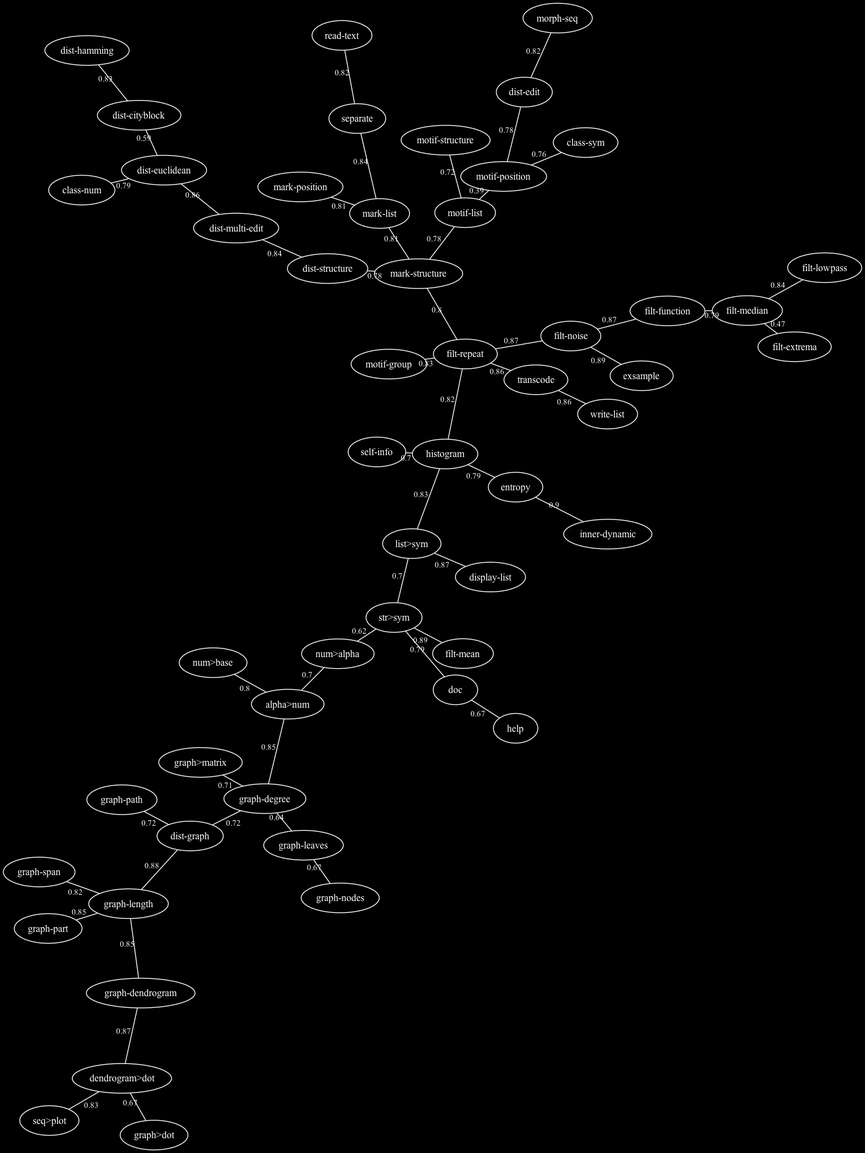
Before: doc/pictures/refrains-docstrings.png, a diagram exported from Graphviz (FredVoisin/refrains). Its source is kept beside it as doc/pictures/refrains-docstrings.dot.
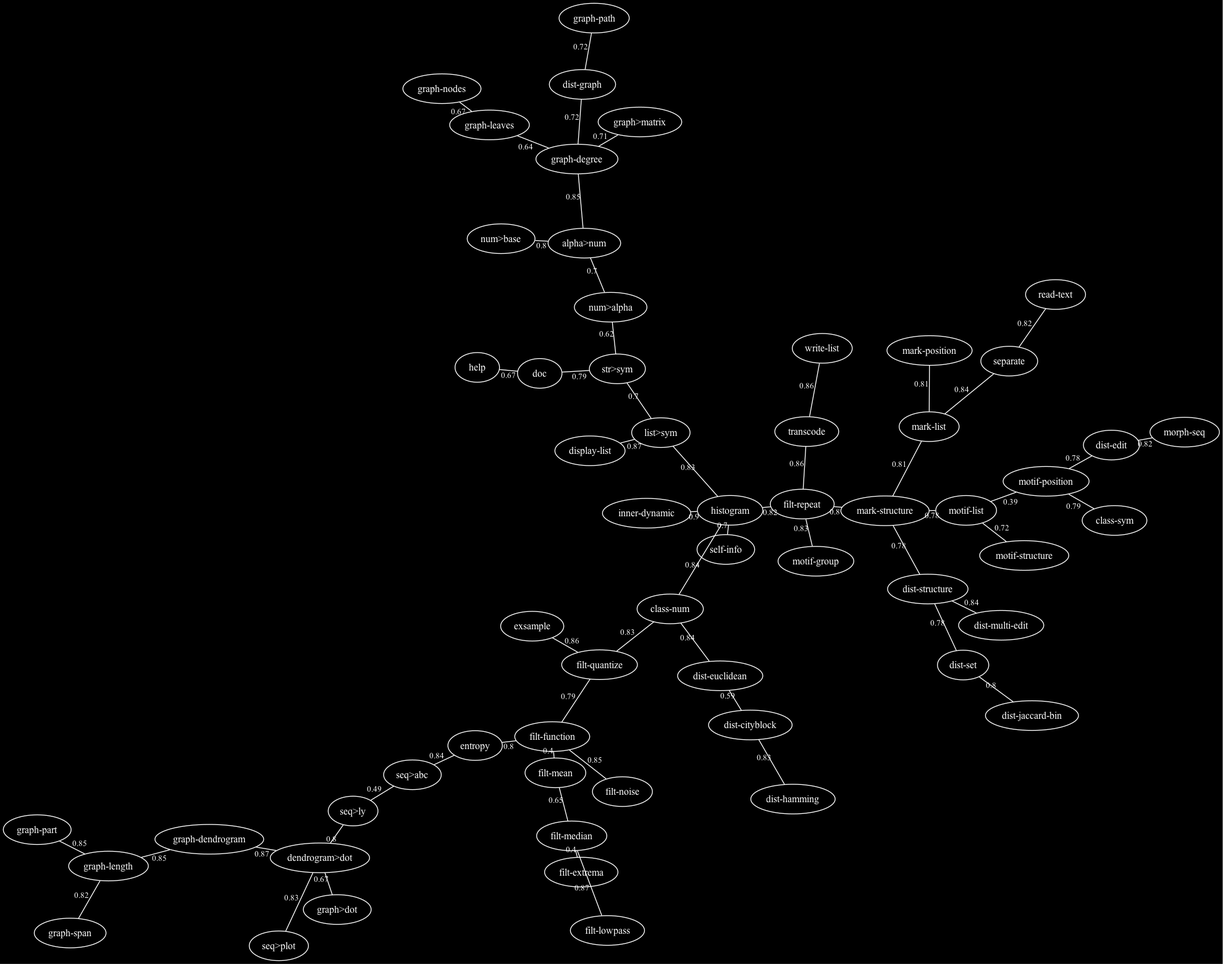
Above is the later version.

What changed in the source:
```diff
@@ -1,14 +1,17 @@
 graph "refrains-docstrings" {
-/* generated with refrains:graph>dot, 25 Oct 2026 15:57:19 */
+/* generated with refrains:graph>dot, 27 Oct 2026 1:38:29 */
  graph [overlap="false", sep="+4"];
  graph [bgcolor=black];
  node [shape="ellipse", font=Helvetica, fontsize=12, color=white, fontcolor=white];
  edge [font=Helvetica,fontsize=10, color=white, fontcolor=white, labelfloat=true];
  "motif-list" -- "motif-position" [w=1, len=0.390000, label="0.39"];
- "filt-extrema" -- "filt-median" [w=1, len=0.470000, label="0.47"];
+ "filt-extrema" -- "filt-median" [w=1, len=0.400000, label="0.4"];
+ "filt-function" -- "filt-mean" [w=1, len=0.400000, label="0.4"];
+ "seq>abc" -- "seq>ly" [w=1, len=0.490000, label="0.49"];
  "dist-cityblock" -- "dist-euclidean" [w=1, len=0.590000, label="0.59"];
  "num>alpha" -- "str>sym" [w=1, len=0.620000, label="0.62"];
  "graph-degree" -- "graph-leaves" [w=1, len=0.640000, label="0.64"];
+ "filt-mean" -- "filt-median" [w=1, len=0.650000, label="0.65"];
  "dendrogram>dot" -- "graph>dot" [w=1, len=0.670000, label="0.67"];
  "doc" -- "help" [w=1, len=0.670000, label="0.67"];
  "graph-leaves" -- "graph-nodes" [w=1, len=0.670000, label="0.67"];
@@ -19,15 +22,17 @@
  "dist-graph" -- "graph-degree" [w=1, len=0.720000, label="0.72"];
  "dist-graph" -- "graph-path" [w=1, len=0.720000, label="0.72"];
  "motif-list" -- "motif-structure" [w=1, len=0.720000, label="0.72"];
- "class-sym" -- "motif-position" [w=1, len=0.760000, label="0.76"];
  "dist-edit" -- "motif-position" [w=1, len=0.780000, label="0.78"];
+ "dist-set" -- "dist-structure" [w=1, len=0.780000, label="0.78"];
  "dist-structure" -- "mark-structure" [w=1, len=0.780000, label="0.78"];
  "mark-structure" -- "motif-list" [w=1, len=0.780000, label="0.78"];
- "class-num" -- "dist-euclidean" [w=1, len=0.790000, label="0.79"];
+ "class-sym" -- "motif-position" [w=1, len=0.790000, label="0.79"];
  "doc" -- "str>sym" [w=1, len=0.790000, label="0.79"];
- "entropy" -- "histogram" [w=1, len=0.790000, label="0.79"];
- "filt-function" -- "filt-median" [w=1, len=0.790000, label="0.79"];
+ "filt-function" -- "filt-quantize" [w=1, len=0.790000, label="0.79"];
  "alpha>num" -- "num>base" [w=1, len=0.800000, label="0.8"];
+ "dendrogram>dot" -- "seq>ly" [w=1, len=0.800000, label="0.8"];
+ "dist-jaccard-bin" -- "dist-set" [w=1, len=0.800000, label="0.8"];
+ "entropy" -- "filt-function" [w=1, len=0.800000, label="0.8"];
  "filt-repeat" -- "mark-structure" [w=1, len=0.800000, label="0.8"];
  "mark-list" -- "mark-position" [w=1, len=0.810000, label="0.81"];
  "mark-list" -- "mark-structure" [w=1, len=0.810000, label="0.81"];
@@ -35,25 +40,25 @@
  "filt-repeat" -- "histogram" [w=1, len=0.820000, label="0.82"];
  "graph-length" -- "graph-span" [w=1, len=0.820000, label="0.82"];
  "read-text" -- "separate" [w=1, len=0.820000, label="0.82"];
+ "class-num" -- "filt-quantize" [w=1, len=0.830000, label="0.83"];
  "dendrogram>dot" -- "seq>plot" [w=1, len=0.830000, label="0.83"];
  "dist-cityblock" -- "dist-hamming" [w=1, len=0.830000, label="0.83"];
  "filt-repeat" -- "motif-group" [w=1, len=0.830000, label="0.83"];
  "histogram" -- "list>sym" [w=1, len=0.830000, label="0.83"];
+ "class-num" -- "dist-euclidean" [w=1, len=0.840000, label="0.84"];
+ "class-num" -- "histogram" [w=1, len=0.840000, label="0.84"];
  "dist-multi-edit" -- "dist-structure" [w=1, len=0.840000, label="0.84"];
- "filt-lowpass" -- "filt-median" [w=1, len=0.840000, label="0.84"];
+ "entropy" -- "seq>abc" [w=1, len=0.840000, label="0.84"];
  "mark-list" -- "separate" [w=1, len=0.840000, label="0.84"];
  "alpha>num" -- "graph-degree" [w=1, len=0.850000, label="0.85"];
+ "filt-function" -- "filt-noise" [w=1, len=0.850000, label="0.85"];
  "graph-dendrogram" -- "graph-length" [w=1, len=0.850000, label="0.85"];
  "graph-length" -- "graph-part" [w=1, len=0.850000, label="0.85"];
- "dist-euclidean" -- "dist-multi-edit" [w=1, len=0.860000, label="0.86"];
+ "exsample" -- "filt-quantize" [w=1, len=0.860000, label="0.86"];
  "filt-repeat" -- "transcode" [w=1, len=0.860000, label="0.86"];
  "transcode" -- "write-list" [w=1, len=0.860000, label="0.86"];
  "dendrogram>dot" -- "graph-dendrogram" [w=1, len=0.870000, label="0.87"];
  "display-list" -- "list>sym" [w=1, len=0.870000, label="0.87"];
- "filt-function" -- "filt-noise" [w=1, len=0.870000, label="0.87"];
- "filt-noise" -- "filt-repeat" [w=1, len=0.870000, label="0.87"];
- "dist-graph" -- "graph-length" [w=1, len=0.880000, label="0.88"];
- "exsample" -- "filt-noise" [w=1, len=0.890000, label="0.89"];
- "filt-mean" -- "str>sym" [w=1, len=0.890000, label="0.89"];
- "entropy" -- "inner-dynamic" [w=1, len=0.900000, label="0.9"];
+ "filt-lowpass" -- "filt-median" [w=1, len=0.870000, label="0.87"];
+ "histogram" -- "inner-dynamic" [w=1, len=0.900000, label="0.9"];
 }
```
